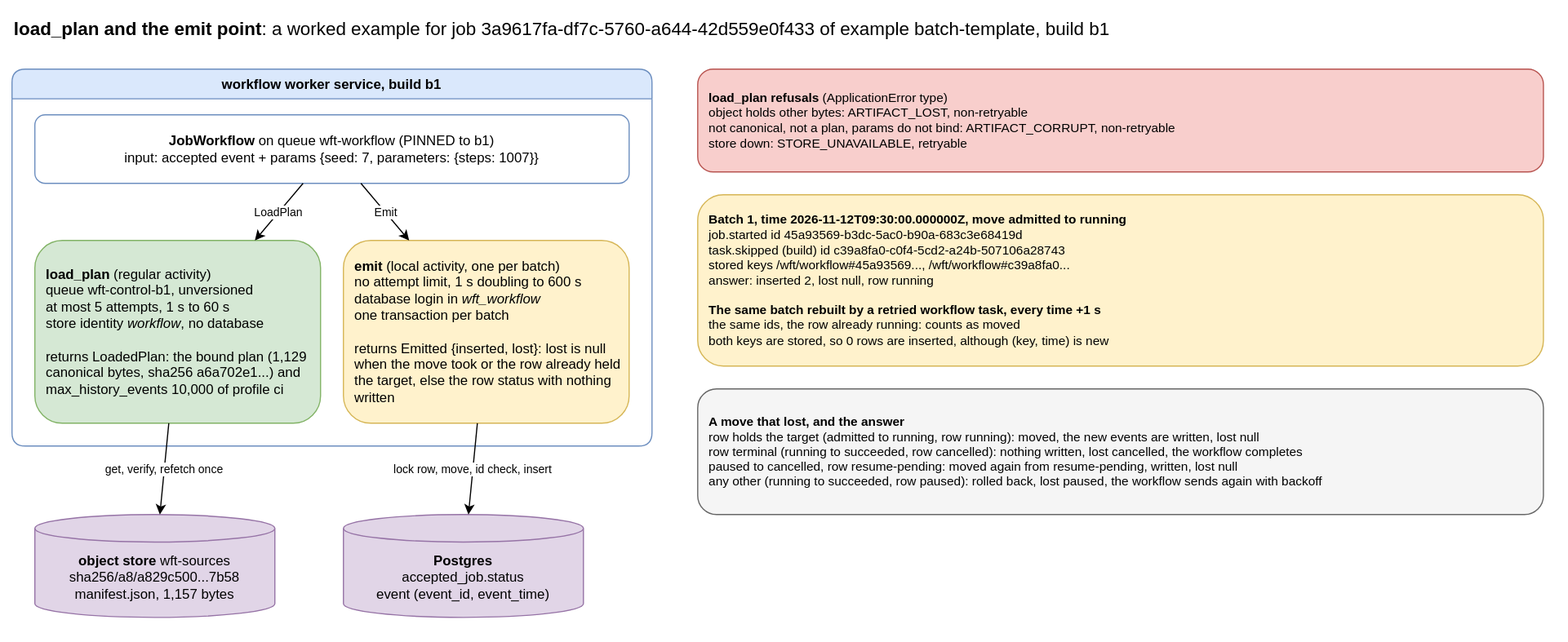
AndoNorth/disyard keeps this draw.io diagram as docs/architecture/16-load-plan-and-emit.drawio.svg. Above is the earlier version. Source tidied: cells renumbered, new cells last; positions are measured from the earlier drawing's top-left corner, leaving out a move shared by most shapes. The source it was exported from:
```xml
<mxGraphModel>
  <root>
    <mxCell id="0" />
    <mxCell id="1" parent="0" />
    <mxCell id="2" value="&lt;b&gt;load_plan and the emit point&lt;/b&gt;: a worked example for job 3a9617fa-df7c-5760-a644-42d559e0f433 of example batch-template, build b1" style="text;html=1;align=left;verticalAlign=middle;fontSize=16;" parent="1" vertex="1">
      <mxGeometry width="1100" height="30" as="geometry" />
    </mxCell>
    <mxCell id="3" value="workflow worker service, build b1" style="swimlane;startSize=26;rounded=1;fillColor=#dae8fc;strokeColor=#6c8ebf;fontStyle=1;" parent="1" vertex="1">
      <mxGeometry y="50" width="560" height="330" as="geometry" />
    </mxCell>
    <mxCell id="4" value="&lt;b&gt;JobWorkflow&lt;/b&gt; on queue wft-workflow (PINNED to b1)&lt;br&gt;input: accepted event + params {seed: 7, parameters: {steps: 1007}}" style="rounded=1;whiteSpace=wrap;html=1;fillColor=#ffffff;strokeColor=#6c8ebf;" parent="3" vertex="1">
      <mxGeometry x="20" y="40" width="520" height="60" as="geometry" />
    </mxCell>
    <mxCell id="5" value="&lt;b&gt;load_plan&lt;/b&gt; (regular activity)&lt;br&gt;queue wft-control-b1, unversioned&lt;br&gt;at most 5 attempts, 1 s to 60 s&lt;br&gt;store identity &lt;i&gt;workflow&lt;/i&gt;, no database&lt;br&gt;&lt;br&gt;returns LoadedPlan: the bound plan (1,129 canonical bytes, sha256 a6a702e1...) and max_history_events 10,000 of profile ci" style="rounded=1;whiteSpace=wrap;html=1;fillColor=#d5e8d4;strokeColor=#82b366;align=left;spacingLeft=8;" parent="3" vertex="1">
      <mxGeometry x="20" y="150" width="250" height="160" as="geometry" />
    </mxCell>
    <mxCell id="6" value="&lt;b&gt;emit&lt;/b&gt; (local activity, one per batch)&lt;br&gt;no attempt limit, 1 s doubling to 600 s&lt;br&gt;database login in &lt;i&gt;wft_workflow&lt;/i&gt;&lt;br&gt;one transaction per batch&lt;br&gt;&lt;br&gt;returns Emitted {inserted, lost}: lost is null when the move took or the row already held the target, else the row status with nothing written" style="rounded=1;whiteSpace=wrap;html=1;fillColor=#fff2cc;strokeColor=#d6b656;align=left;spacingLeft=8;" parent="3" vertex="1">
      <mxGeometry x="290" y="150" width="250" height="160" as="geometry" />
    </mxCell>
    <mxCell id="7" value="LoadPlan" style="endArrow=classic;html=1;fontSize=10;" parent="3" edge="1" source="4" target="5">
      <mxGeometry relative="1" as="geometry" />
    </mxCell>
    <mxCell id="8" value="Emit" style="endArrow=classic;html=1;fontSize=10;" parent="3" edge="1" source="4" target="6">
      <mxGeometry relative="1" as="geometry" />
    </mxCell>
    <mxCell id="9" value="&lt;b&gt;object store&lt;/b&gt; wft-sources&lt;br&gt;sha256/a8/a829c500...7b58&lt;br&gt;manifest.json, 1,157 bytes" style="shape=cylinder3;whiteSpace=wrap;html=1;boundedLbl=1;size=12;fillColor=#e1d5e7;strokeColor=#9673a6;" parent="1" vertex="1">
      <mxGeometry x="20" y="440" width="210" height="90" as="geometry" />
    </mxCell>
    <mxCell id="10" value="&lt;b&gt;Postgres&lt;/b&gt;&lt;br&gt;accepted_job.status&lt;br&gt;event (event_id, event_time)" style="shape=cylinder3;whiteSpace=wrap;html=1;boundedLbl=1;size=12;fillColor=#e1d5e7;strokeColor=#9673a6;" parent="1" vertex="1">
      <mxGeometry x="290" y="440" width="210" height="90" as="geometry" />
    </mxCell>
    <mxCell id="11" value="get, verify, refetch once" style="endArrow=classic;html=1;fontSize=10;" parent="1" edge="1" source="5" target="9">
      <mxGeometry relative="1" as="geometry" />
    </mxCell>
    <mxCell id="12" value="lock row, move, id check, insert" style="endArrow=classic;html=1;fontSize=10;" parent="1" edge="1" source="6" target="10">
      <mxGeometry relative="1" as="geometry" />
    </mxCell>
    <mxCell id="13" value="&lt;b&gt;load_plan refusals&lt;/b&gt; (ApplicationError type)&lt;br&gt;object holds other bytes: ARTIFACT_LOST, non-retryable&lt;br&gt;not canonical, not a plan, params do not bind: ARTIFACT_CORRUPT, non-retryable&lt;br&gt;store down: STORE_UNAVAILABLE, retryable" style="rounded=1;whiteSpace=wrap;html=1;align=left;spacingLeft=8;fillColor=#f8cecc;strokeColor=#b85450;fontSize=11;" parent="1" vertex="1">
      <mxGeometry x="600" y="50" width="740" height="90" as="geometry" />
    </mxCell>
    <mxCell id="14" value="&lt;b&gt;Batch 1, time 2026-11-12T09:30:00.000000Z, move admitted to running&lt;/b&gt;&lt;br&gt;job.started id 45a93569-b3dc-5ac0-b90a-683c3e68419d&lt;br&gt;task.skipped (build) id c39a8fa0-c0f4-5cd2-a24b-507106a28743&lt;br&gt;stored keys /wft/workflow#45a93569..., /wft/workflow#c39a8fa0...&lt;br&gt;answer: inserted 2, lost null, row running&lt;br&gt;&lt;br&gt;&lt;b&gt;The same batch rebuilt by a retried workflow task, every time +1 s&lt;/b&gt;&lt;br&gt;the same ids, the row already running: counts as moved&lt;br&gt;both keys are stored, so 0 rows are inserted, although (key, time) is new" style="rounded=1;whiteSpace=wrap;html=1;align=left;spacingLeft=8;fillColor=#fff2cc;strokeColor=#d6b656;fontSize=11;" parent="1" vertex="1">
      <mxGeometry x="600" y="160" width="740" height="150" as="geometry" />
    </mxCell>
    <mxCell id="15" value="&lt;b&gt;A move that lost, and the answer&lt;/b&gt;&lt;br&gt;row holds the target (admitted to running, row running): moved, the new events are written, lost null&lt;br&gt;row terminal (running to succeeded, row cancelled): nothing written, lost cancelled, the workflow completes&lt;br&gt;paused to cancelled, row resume-pending: moved again from resume-pending, written, lost null&lt;br&gt;any other (running to succeeded, row paused): rolled back, lost paused, the workflow sends again with backoff" style="rounded=1;whiteSpace=wrap;html=1;align=left;spacingLeft=8;fillColor=#f5f5f5;strokeColor=#666666;fontSize=11;" parent="1" vertex="1">
      <mxGeometry x="600" y="330" width="740" height="110" as="geometry" />
    </mxCell>
  </root>
</mxGraphModel>
```
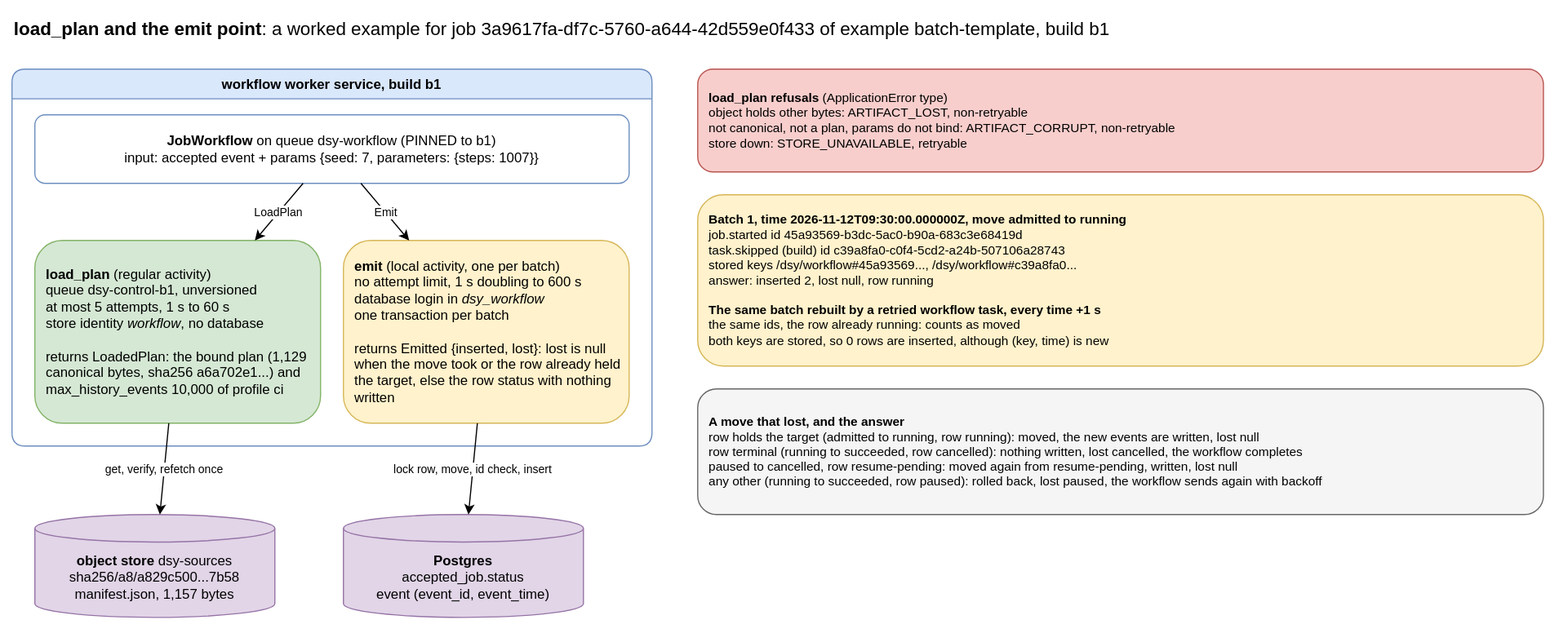
Above is the later version.

Change to the diagram source:
```diff
@@ -8,13 +8,13 @@
     <mxCell id="3" value="workflow worker service, build b1" style="swimlane;startSize=26;rounded=1;fillColor=#dae8fc;strokeColor=#6c8ebf;fontStyle=1;" parent="1" vertex="1">
       <mxGeometry y="50" width="560" height="330" as="geometry" />
     </mxCell>
-    <mxCell id="4" value="&lt;b&gt;JobWorkflow&lt;/b&gt; on queue wft-workflow (PINNED to b1)&lt;br&gt;input: accepted event + params {seed: 7, parameters: {steps: 1007}}" style="rounded=1;whiteSpace=wrap;html=1;fillColor=#ffffff;strokeColor=#6c8ebf;" parent="3" vertex="1">
+    <mxCell id="4" value="&lt;b&gt;JobWorkflow&lt;/b&gt; on queue dsy-workflow (PINNED to b1)&lt;br&gt;input: accepted event + params {seed: 7, parameters: {steps: 1007}}" style="rounded=1;whiteSpace=wrap;html=1;fillColor=#ffffff;strokeColor=#6c8ebf;" parent="3" vertex="1">
       <mxGeometry x="20" y="40" width="520" height="60" as="geometry" />
     </mxCell>
-    <mxCell id="5" value="&lt;b&gt;load_plan&lt;/b&gt; (regular activity)&lt;br&gt;queue wft-control-b1, unversioned&lt;br&gt;at most 5 attempts, 1 s to 60 s&lt;br&gt;store identity &lt;i&gt;workflow&lt;/i&gt;, no database&lt;br&gt;&lt;br&gt;returns LoadedPlan: the bound plan (1,129 canonical bytes, sha256 a6a702e1...) and max_history_events 10,000 of profile ci" style="rounded=1;whiteSpace=wrap;html=1;fillColor=#d5e8d4;strokeColor=#82b366;align=left;spacingLeft=8;" parent="3" vertex="1">
+    <mxCell id="5" value="&lt;b&gt;load_plan&lt;/b&gt; (regular activity)&lt;br&gt;queue dsy-control-b1, unversioned&lt;br&gt;at most 5 attempts, 1 s to 60 s&lt;br&gt;store identity &lt;i&gt;workflow&lt;/i&gt;, no database&lt;br&gt;&lt;br&gt;returns LoadedPlan: the bound plan (1,129 canonical bytes, sha256 a6a702e1...) and max_history_events 10,000 of profile ci" style="rounded=1;whiteSpace=wrap;html=1;fillColor=#d5e8d4;strokeColor=#82b366;align=left;spacingLeft=8;" parent="3" vertex="1">
       <mxGeometry x="20" y="150" width="250" height="160" as="geometry" />
     </mxCell>
-    <mxCell id="6" value="&lt;b&gt;emit&lt;/b&gt; (local activity, one per batch)&lt;br&gt;no attempt limit, 1 s doubling to 600 s&lt;br&gt;database login in &lt;i&gt;wft_workflow&lt;/i&gt;&lt;br&gt;one transaction per batch&lt;br&gt;&lt;br&gt;returns Emitted {inserted, lost}: lost is null when the move took or the row already held the target, else the row status with nothing written" style="rounded=1;whiteSpace=wrap;html=1;fillColor=#fff2cc;strokeColor=#d6b656;align=left;spacingLeft=8;" parent="3" vertex="1">
+    <mxCell id="6" value="&lt;b&gt;emit&lt;/b&gt; (local activity, one per batch)&lt;br&gt;no attempt limit, 1 s doubling to 600 s&lt;br&gt;database login in &lt;i&gt;dsy_workflow&lt;/i&gt;&lt;br&gt;one transaction per batch&lt;br&gt;&lt;br&gt;returns Emitted {inserted, lost}: lost is null when the move took or the row already held the target, else the row status with nothing written" style="rounded=1;whiteSpace=wrap;html=1;fillColor=#fff2cc;strokeColor=#d6b656;align=left;spacingLeft=8;" parent="3" vertex="1">
       <mxGeometry x="290" y="150" width="250" height="160" as="geometry" />
     </mxCell>
     <mxCell id="7" value="LoadPlan" style="endArrow=classic;html=1;fontSize=10;" parent="3" edge="1" source="4" target="5">
@@ -23,7 +23,7 @@
     <mxCell id="8" value="Emit" style="endArrow=classic;html=1;fontSize=10;" parent="3" edge="1" source="4" target="6">
       <mxGeometry relative="1" as="geometry" />
     </mxCell>
-    <mxCell id="9" value="&lt;b&gt;object store&lt;/b&gt; wft-sources&lt;br&gt;sha256/a8/a829c500...7b58&lt;br&gt;manifest.json, 1,157 bytes" style="shape=cylinder3;whiteSpace=wrap;html=1;boundedLbl=1;size=12;fillColor=#e1d5e7;strokeColor=#9673a6;" parent="1" vertex="1">
+    <mxCell id="9" value="&lt;b&gt;object store&lt;/b&gt; dsy-sources&lt;br&gt;sha256/a8/a829c500...7b58&lt;br&gt;manifest.json, 1,157 bytes" style="shape=cylinder3;whiteSpace=wrap;html=1;boundedLbl=1;size=12;fillColor=#e1d5e7;strokeColor=#9673a6;" parent="1" vertex="1">
       <mxGeometry x="20" y="440" width="210" height="90" as="geometry" />
     </mxCell>
     <mxCell id="10" value="&lt;b&gt;Postgres&lt;/b&gt;&lt;br&gt;accepted_job.status&lt;br&gt;event (event_id, event_time)" style="shape=cylinder3;whiteSpace=wrap;html=1;boundedLbl=1;size=12;fillColor=#e1d5e7;strokeColor=#9673a6;" parent="1" vertex="1">
@@ -38,7 +38,7 @@
     <mxCell id="13" value="&lt;b&gt;load_plan refusals&lt;/b&gt; (ApplicationError type)&lt;br&gt;object holds other bytes: ARTIFACT_LOST, non-retryable&lt;br&gt;not canonical, not a plan, params do not bind: ARTIFACT_CORRUPT, non-retryable&lt;br&gt;store down: STORE_UNAVAILABLE, retryable" style="rounded=1;whiteSpace=wrap;html=1;align=left;spacingLeft=8;fillColor=#f8cecc;strokeColor=#b85450;fontSize=11;" parent="1" vertex="1">
       <mxGeometry x="600" y="50" width="740" height="90" as="geometry" />
     </mxCell>
-    <mxCell id="14" value="&lt;b&gt;Batch 1, time 2026-11-12T09:30:00.000000Z, move admitted to running&lt;/b&gt;&lt;br&gt;job.started id 45a93569-b3dc-5ac0-b90a-683c3e68419d&lt;br&gt;task.skipped (build) id c39a8fa0-c0f4-5cd2-a24b-507106a28743&lt;br&gt;stored keys /wft/workflow#45a93569..., /wft/workflow#c39a8fa0...&lt;br&gt;answer: inserted 2, lost null, row running&lt;br&gt;&lt;br&gt;&lt;b&gt;The same batch rebuilt by a retried workflow task, every time +1 s&lt;/b&gt;&lt;br&gt;the same ids, the row already running: counts as moved&lt;br&gt;both keys are stored, so 0 rows are inserted, although (key, time) is new" style="rounded=1;whiteSpace=wrap;html=1;align=left;spacingLeft=8;fillColor=#fff2cc;strokeColor=#d6b656;fontSize=11;" parent="1" vertex="1">
+    <mxCell id="14" value="&lt;b&gt;Batch 1, time 2026-11-12T09:30:00.000000Z, move admitted to running&lt;/b&gt;&lt;br&gt;job.started id 45a93569-b3dc-5ac0-b90a-683c3e68419d&lt;br&gt;task.skipped (build) id c39a8fa0-c0f4-5cd2-a24b-507106a28743&lt;br&gt;stored keys /dsy/workflow#45a93569..., /dsy/workflow#c39a8fa0...&lt;br&gt;answer: inserted 2, lost null, row running&lt;br&gt;&lt;br&gt;&lt;b&gt;The same batch rebuilt by a retried workflow task, every time +1 s&lt;/b&gt;&lt;br&gt;the same ids, the row already running: counts as moved&lt;br&gt;both keys are stored, so 0 rows are inserted, although (key, time) is new" style="rounded=1;whiteSpace=wrap;html=1;align=left;spacingLeft=8;fillColor=#fff2cc;strokeColor=#d6b656;fontSize=11;" parent="1" vertex="1">
       <mxGeometry x="600" y="160" width="740" height="150" as="geometry" />
     </mxCell>
     <mxCell id="15" value="&lt;b&gt;A move that lost, and the answer&lt;/b&gt;&lt;br&gt;row holds the target (admitted to running, row running): moved, the new events are written, lost null&lt;br&gt;row terminal (running to succeeded, row cancelled): nothing written, lost cancelled, the workflow completes&lt;br&gt;paused to cancelled, row resume-pending: moved again from resume-pending, written, lost null&lt;br&gt;any other (running to succeeded, row paused): rolled back, lost paused, the workflow sends again with backoff" style="rounded=1;whiteSpace=wrap;html=1;align=left;spacingLeft=8;fillColor=#f5f5f5;strokeColor=#666666;fontSize=11;" parent="1" vertex="1">
```
